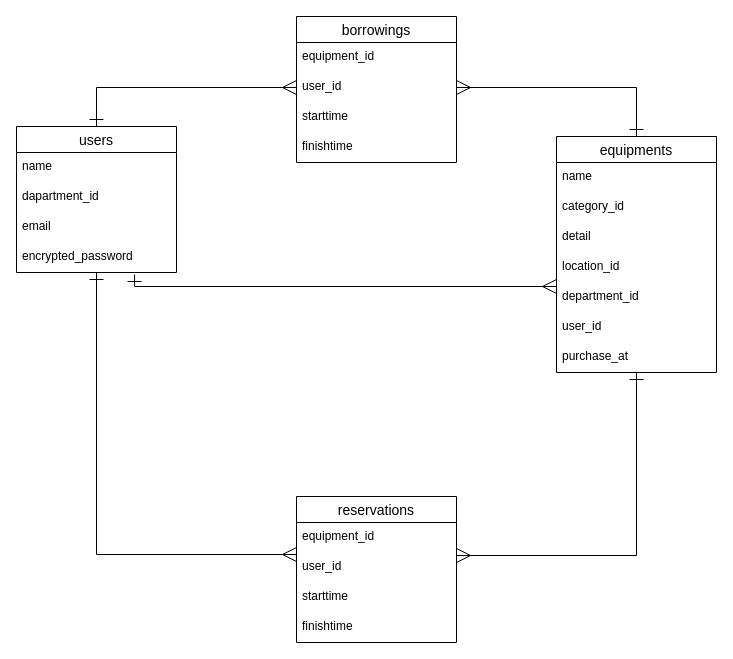
Before: ER.dio in mittz333/damatt-app, a draw.io diagram. Source tidied: cells renumbered, new cells numbered last; positions are measured from the earlier drawing's top-left corner, leaving out a move shared by most shapes. Both pictures are drawn from the tidied source at 100%, with x=0, y=0 at pixel (16, 16).
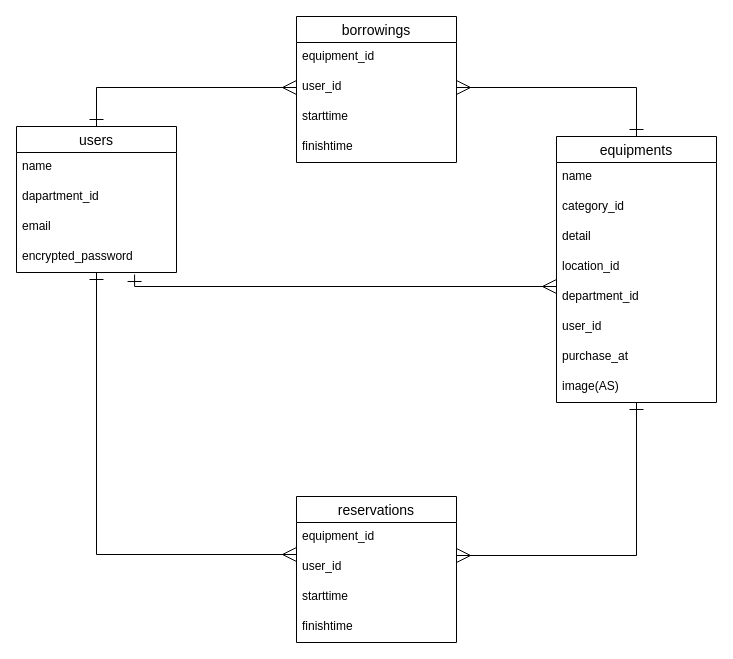
The same page after the edit.

Change to the diagram source:
```diff
@@
     <mxCell id="12" value="equipments" style="swimlane;fontStyle=0;horizontal=1;startSize=26;align=center;fontSize=14;" parent="1" vertex="1">
-      <mxGeometry x="540" y="120" width="160" height="236" as="geometry" />
+      <mxGeometry x="540" y="120" width="160" height="266" as="geometry" />
     </mxCell>
@@
+    <mxCell id="30" value="image(AS)" style="text;strokeColor=none;fillColor=none;spacingLeft=4;spacingRight=4;overflow=hidden;fontSize=12;" parent="12" vertex="1">
+      <mxGeometry y="236" width="160" height="30" as="geometry" />
+    </mxCell>
```
